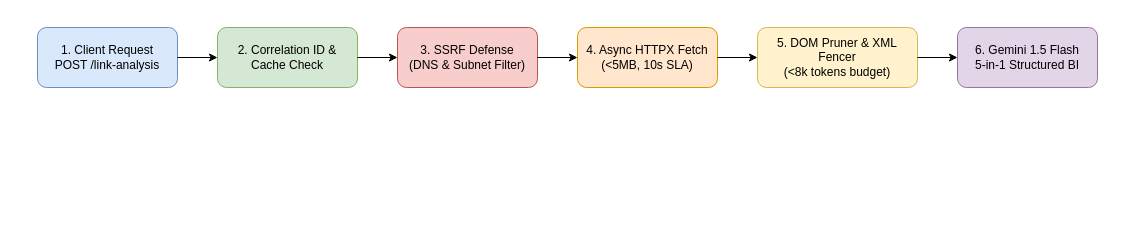
Above: docs/diagrams/data-flow-dag.drawio in piyushmakhija28/ai-link-analysis (draw.io), before the change. Source tidied: cells renumbered, new cells numbered last; positions are measured from the earlier drawing's top-left corner, leaving out a move shared by most shapes. Both pictures are drawn from the tidied source at 100%, with x=0, y=0 at pixel (37, 27).
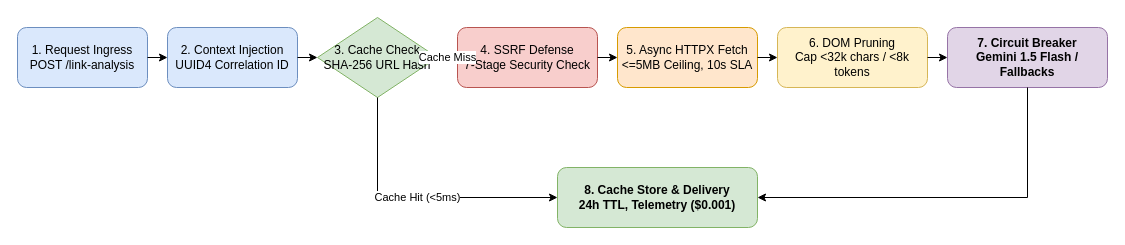
The same page after the edit.

What changed in the source:
```diff
@@
-    <mxCell id="2" value="1. Client Request&#10;POST /link-analysis" style="rounded=1;whiteSpace=wrap;html=1;fillColor=#dae8fc;strokeColor=#6c8ebf;" parent="1" vertex="1">
-      <mxGeometry width="140" height="60" as="geometry" />
+    <mxCell id="2" value="1. Request Ingress&#10;POST /link-analysis" style="rounded=1;whiteSpace=wrap;html=1;fillColor=#dae8fc;strokeColor=#6c8ebf;" parent="1" vertex="1">
+      <mxGeometry x="-20" width="130" height="60" as="geometry" />
     </mxCell>
-    <mxCell id="3" value="2. Correlation ID &amp;&#10;Cache Check" style="rounded=1;whiteSpace=wrap;html=1;fillColor=#d5e8d4;strokeColor=#82b366;" parent="1" vertex="1">
-      <mxGeometry x="180" width="140" height="60" as="geometry" />
+    <mxCell id="3" value="2. Context Injection&#10;UUID4 Correlation ID" style="rounded=1;whiteSpace=wrap;html=1;fillColor=#dae8fc;strokeColor=#6c8ebf;" parent="1" vertex="1">
+      <mxGeometry x="130" width="130" height="60" as="geometry" />
     </mxCell>
-    <mxCell id="4" value="3. SSRF Defense&#10;(DNS &amp; Subnet Filter)" style="rounded=1;whiteSpace=wrap;html=1;fillColor=#f8cecc;strokeColor=#b85450;" parent="1" vertex="1">
-      <mxGeometry x="360" width="140" height="60" as="geometry" />
+    <mxCell id="4" value="3. Cache Check&#10;SHA-256 URL Hash" style="rhombus;whiteSpace=wrap;html=1;fillColor=#d5e8d4;strokeColor=#82b366;" parent="1" vertex="1">
+      <mxGeometry x="280" y="-10" width="120" height="80" as="geometry" />
     </mxCell>
-    <mxCell id="5" value="4. Async HTTPX Fetch&#10;(&lt;5MB, 10s SLA)" style="rounded=1;whiteSpace=wrap;html=1;fillColor=#ffe6cc;strokeColor=#d79b00;" parent="1" vertex="1">
-      <mxGeometry x="540" width="140" height="60" as="geometry" />
+    <mxCell id="5" value="4. SSRF Defense&#10;7-Stage Security Check" style="rounded=1;whiteSpace=wrap;html=1;fillColor=#f8cecc;strokeColor=#b85450;" parent="1" vertex="1">
+      <mxGeometry x="420" width="140" height="60" as="geometry" />
     </mxCell>
-    <mxCell id="6" value="5. DOM Pruner &amp; XML Fencer&#10;(&lt;8k tokens budget)" style="rounded=1;whiteSpace=wrap;html=1;fillColor=#fff2cc;strokeColor=#d6b656;" parent="1" vertex="1">
-      <mxGeometry x="720" width="160" height="60" as="geometry" />
+    <mxCell id="6" value="5. Async HTTPX Fetch&#10;&lt;=5MB Ceiling, 10s SLA" style="rounded=1;whiteSpace=wrap;html=1;fillColor=#ffe6cc;strokeColor=#d79b00;" parent="1" vertex="1">
+      <mxGeometry x="580" width="140" height="60" as="geometry" />
     </mxCell>
-    <mxCell id="7" value="6. Gemini 1.5 Flash&#10;5-in-1 Structured BI" style="rounded=1;whiteSpace=wrap;html=1;fillColor=#e1d5e7;strokeColor=#9673a6;" parent="1" vertex="1">
-      <mxGeometry x="920" width="140" height="60" as="geometry" />
+    <mxCell id="7" value="6. DOM Pruning&#10;Cap &lt;32k chars / &lt;8k tokens" style="rounded=1;whiteSpace=wrap;html=1;fillColor=#fff2cc;strokeColor=#d6b656;" parent="1" vertex="1">
+      <mxGeometry x="740" width="150" height="60" as="geometry" />
     </mxCell>
+    <mxCell id="13" value="7. Circuit Breaker&#10;Gemini 1.5 Flash / Fallbacks" style="rounded=1;whiteSpace=wrap;html=1;fillColor=#e1d5e7;strokeColor=#9673a6;fontStyle=1;" parent="1" vertex="1">
+      <mxGeometry x="910" width="160" height="60" as="geometry" />
+    </mxCell>
+    <mxCell id="14" value="8. Cache Store &amp; Delivery&#10;24h TTL, Telemetry ($0.001)" style="rounded=1;whiteSpace=wrap;html=1;fillColor=#d5e8d4;strokeColor=#82b366;fontStyle=1;" parent="1" vertex="1">
+      <mxGeometry x="520" y="140" width="200" height="60" as="geometry" />
+    </mxCell>
-    <mxCell id="8" style="edgeStyle=orthogonalEdgeStyle;rounded=0;jettySize=auto;html=1;" parent="1" edge="1" source="2" target="3">
+    <mxCell id="8" style="edgeStyle=orthogonalEdgeStyle;rounded=0;html=1;" parent="1" edge="1" source="2" target="3">
       <mxGeometry relative="1" as="geometry" />
     </mxCell>
-    <mxCell id="9" style="edgeStyle=orthogonalEdgeStyle;rounded=0;jettySize=auto;html=1;" parent="1" edge="1" source="3" target="4">
+    <mxCell id="9" style="edgeStyle=orthogonalEdgeStyle;rounded=0;html=1;" parent="1" edge="1" source="3" target="4">
       <mxGeometry relative="1" as="geometry" />
     </mxCell>
-    <mxCell id="10" style="edgeStyle=orthogonalEdgeStyle;rounded=0;jettySize=auto;html=1;" parent="1" edge="1" source="4" target="5">
+    <mxCell id="10" value="Cache Miss" style="edgeStyle=orthogonalEdgeStyle;rounded=0;html=1;" parent="1" edge="1" source="4" target="5">
       <mxGeometry relative="1" as="geometry" />
     </mxCell>
+    <mxCell id="15" value="Cache Hit (&lt;5ms)" style="edgeStyle=orthogonalEdgeStyle;rounded=0;html=1;entryX=0;entryY=0.5;entryDx=0;entryDy=0;" parent="1" edge="1" source="4" target="14">
+      <mxGeometry relative="1" as="geometry">
+        <Array as="points">
+          <mxPoint x="340" y="170" />
+        </Array>
+      </mxGeometry>
+    </mxCell>
-    <mxCell id="11" style="edgeStyle=orthogonalEdgeStyle;rounded=0;jettySize=auto;html=1;" parent="1" edge="1" source="5" target="6">
+    <mxCell id="11" style="edgeStyle=orthogonalEdgeStyle;rounded=0;html=1;" parent="1" edge="1" source="5" target="6">
       <mxGeometry relative="1" as="geometry" />
     </mxCell>
-    <mxCell id="12" style="edgeStyle=orthogonalEdgeStyle;rounded=0;jettySize=auto;html=1;" parent="1" edge="1" source="6" target="7">
+    <mxCell id="12" style="edgeStyle=orthogonalEdgeStyle;rounded=0;html=1;" parent="1" edge="1" source="6" target="7">
       <mxGeometry relative="1" as="geometry" />
     </mxCell>
+    <mxCell id="16" style="edgeStyle=orthogonalEdgeStyle;rounded=0;html=1;" parent="1" edge="1" source="7" target="13">
+      <mxGeometry relative="1" as="geometry" />
+    </mxCell>
+    <mxCell id="17" style="edgeStyle=orthogonalEdgeStyle;rounded=0;html=1;entryX=1;entryY=0.5;entryDx=0;entryDy=0;" parent="1" edge="1" source="13" target="14">
+      <mxGeometry relative="1" as="geometry">
+        <Array as="points">
+          <mxPoint x="990" y="170" />
+        </Array>
+      </mxGeometry>
+    </mxCell>
```
